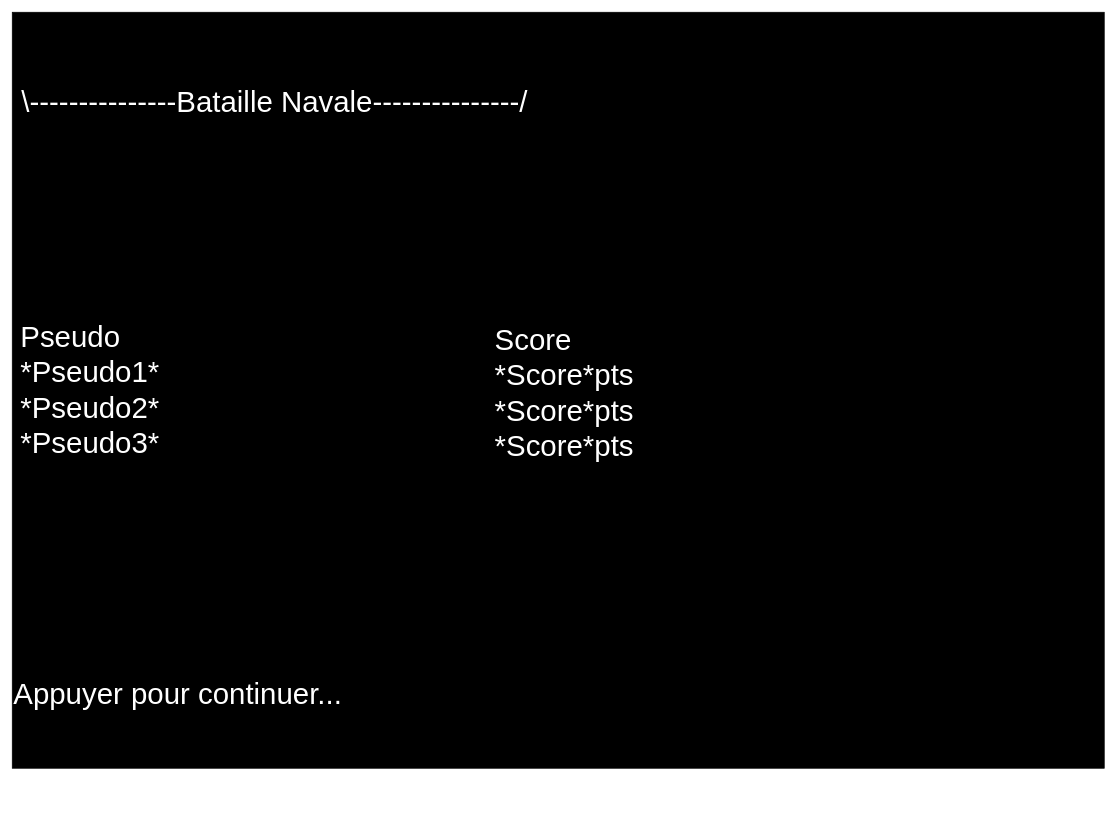
Before: page "Scores" (2 of 5) of Maquette - Bataille Navale_YF.drawio in YFanha/Bataille-Navale, a draw.io diagram. Source tidied: cells renumbered, new cells numbered last; positions are measured from the earlier drawing's top-left corner, leaving out a move shared by most shapes. Both pictures are drawn from the tidied source at 70%, with x=0, y=0 at pixel (12, 12).
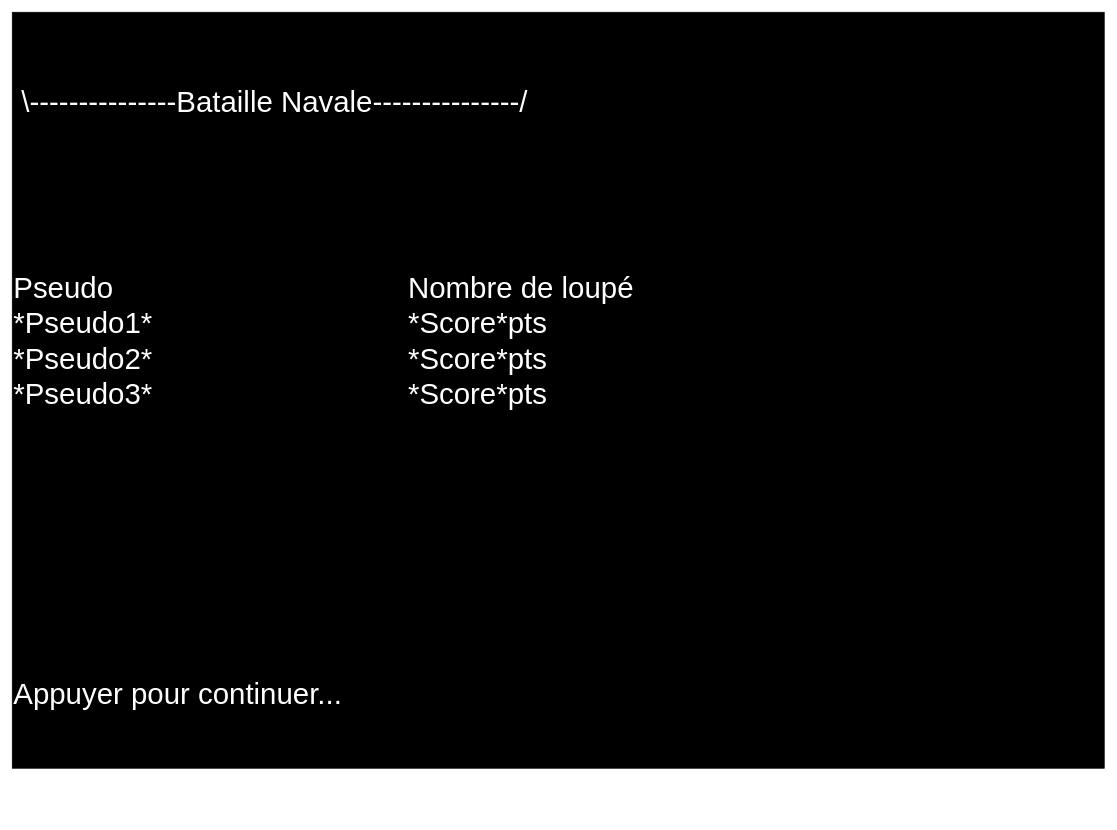
After the change.

The edit, as a diff of the source:
```diff
@@
 <mxGraphModel>
   <root>
     <mxCell id="0" />
     <mxCell id="1" parent="0" />
     <mxCell id="2" style="group;" parent="1" vertex="1">
       <mxGeometry width="1560" height="1150" as="geometry" />
     </mxCell>
     <mxCell id="3" style="rounded=0;whiteSpace=wrap;html=1;strokeColor=#000000;fillColor=#000000;" parent="2" vertex="1">
       <mxGeometry width="1560" height="1080" as="geometry" />
     </mxCell>
     <mxCell id="4" value="&lt;div style=&quot;font-size: 42px&quot;&gt;&lt;span style=&quot;color: rgb(255 , 255 , 255)&quot;&gt;&lt;font style=&quot;font-size: 42px&quot;&gt;Pseudo&lt;/font&gt;&lt;/span&gt;&lt;/div&gt;&lt;div style=&quot;font-size: 42px&quot;&gt;&lt;font style=&quot;font-size: 42px&quot;&gt;&lt;span style=&quot;color: rgb(255 , 255 , 255)&quot;&gt;*Pseudo1*&lt;/span&gt;&lt;span style=&quot;color: rgb(255 , 255 , 255)&quot;&gt;&lt;br&gt;&lt;/span&gt;&lt;/font&gt;&lt;/div&gt;&lt;div style=&quot;font-size: 42px&quot;&gt;&lt;font style=&quot;font-size: 42px&quot;&gt;&lt;span style=&quot;color: rgb(255 , 255 , 255)&quot;&gt;*Pseudo2*&lt;/span&gt;&lt;span style=&quot;color: rgb(255 , 255 , 255)&quot;&gt;&lt;br&gt;&lt;/span&gt;&lt;/font&gt;&lt;/div&gt;&lt;div style=&quot;font-size: 42px&quot;&gt;&lt;span style=&quot;color: rgb(255 , 255 , 255)&quot;&gt;&lt;font style=&quot;font-size: 42px&quot;&gt;*Pseudo3*&lt;/font&gt;&lt;/span&gt;&lt;span style=&quot;font-size: 22px ; color: rgb(255 , 255 , 255)&quot;&gt;&lt;br&gt;&lt;/span&gt;&lt;/div&gt;" style="text;html=1;strokeColor=none;fillColor=none;align=left;verticalAlign=middle;whiteSpace=wrap;rounded=0;" parent="2" vertex="1">
-      <mxGeometry x="10" y="270" width="489.8" height="540" as="geometry" />
+      <mxGeometry y="200" width="489.8" height="540" as="geometry" />
     </mxCell>
-    <mxCell id="5" value="&lt;div style=&quot;text-align: left ; font-size: 42px&quot;&gt;&lt;font style=&quot;font-size: 42px&quot;&gt;&lt;span style=&quot;color: rgb(255 , 255 , 255)&quot;&gt;Score&lt;/span&gt;&lt;br&gt;&lt;/font&gt;&lt;/div&gt;&lt;div style=&quot;text-align: left ; font-size: 42px&quot;&gt;&lt;font style=&quot;font-size: 42px&quot;&gt;&lt;span style=&quot;color: rgb(255 , 255 , 255)&quot;&gt;*Score*pts&lt;/span&gt;&lt;span style=&quot;color: rgb(255 , 255 , 255)&quot;&gt;&lt;br&gt;&lt;/span&gt;&lt;/font&gt;&lt;/div&gt;&lt;div style=&quot;text-align: left ; font-size: 42px&quot;&gt;&lt;font style=&quot;font-size: 42px&quot;&gt;&lt;span style=&quot;color: rgb(255 , 255 , 255)&quot;&gt;*Score*pts&lt;/span&gt;&lt;span style=&quot;color: rgb(255 , 255 , 255)&quot;&gt;&lt;br&gt;&lt;/span&gt;&lt;/font&gt;&lt;/div&gt;&lt;div style=&quot;text-align: left ; font-size: 42px&quot;&gt;&lt;span style=&quot;color: rgb(255 , 255 , 255)&quot;&gt;&lt;font style=&quot;font-size: 42px&quot;&gt;*Score*pts&lt;/font&gt;&lt;/span&gt;&lt;span style=&quot;font-size: 22px ; color: rgb(255 , 255 , 255)&quot;&gt;&lt;br&gt;&lt;/span&gt;&lt;/div&gt;" style="text;html=1;strokeColor=none;fillColor=none;align=right;verticalAlign=middle;whiteSpace=wrap;rounded=0;" parent="2" vertex="1">
-      <mxGeometry x="400" y="274" width="489.8" height="540" as="geometry" />
+    <mxCell id="5" value="&lt;div style=&quot;text-align: left ; font-size: 42px&quot;&gt;&lt;font style=&quot;font-size: 42px&quot; color=&quot;#ffffff&quot;&gt;Nombre de loupé&lt;/font&gt;&lt;/div&gt;&lt;div style=&quot;text-align: left ; font-size: 42px&quot;&gt;&lt;font style=&quot;font-size: 42px&quot;&gt;&lt;span style=&quot;color: rgb(255 , 255 , 255)&quot;&gt;*Score*pts&lt;/span&gt;&lt;span style=&quot;color: rgb(255 , 255 , 255)&quot;&gt;&lt;br&gt;&lt;/span&gt;&lt;/font&gt;&lt;/div&gt;&lt;div style=&quot;text-align: left ; font-size: 42px&quot;&gt;&lt;font style=&quot;font-size: 42px&quot;&gt;&lt;span style=&quot;color: rgb(255 , 255 , 255)&quot;&gt;*Score*pts&lt;/span&gt;&lt;span style=&quot;color: rgb(255 , 255 , 255)&quot;&gt;&lt;br&gt;&lt;/span&gt;&lt;/font&gt;&lt;/div&gt;&lt;div style=&quot;text-align: left ; font-size: 42px&quot;&gt;&lt;span style=&quot;color: rgb(255 , 255 , 255)&quot;&gt;&lt;font style=&quot;font-size: 42px&quot;&gt;*Score*pts&lt;/font&gt;&lt;/span&gt;&lt;span style=&quot;font-size: 22px ; color: rgb(255 , 255 , 255)&quot;&gt;&lt;br&gt;&lt;/span&gt;&lt;/div&gt;" style="text;html=1;strokeColor=none;fillColor=none;align=right;verticalAlign=middle;whiteSpace=wrap;rounded=0;" parent="2" vertex="1">
+      <mxGeometry x="400" y="200" width="489.8" height="540" as="geometry" />
     </mxCell>
     <mxCell id="6" value="&lt;div style=&quot;font-size: 42px&quot;&gt;&lt;font color=&quot;#ffffff&quot;&gt;Appuyer pour continuer...&lt;/font&gt;&lt;/div&gt;" style="text;html=1;strokeColor=none;fillColor=none;align=left;verticalAlign=middle;whiteSpace=wrap;rounded=0;" parent="2" vertex="1">
       <mxGeometry y="940" width="489.8" height="70" as="geometry" />
     </mxCell>
     <mxCell id="7" value="&lt;font style=&quot;font-size: 42px&quot; color=&quot;#ffffff&quot;&gt;\---------------Bataille Navale---------------/&lt;/font&gt;" style="text;html=1;strokeColor=none;fillColor=none;align=center;verticalAlign=middle;whiteSpace=wrap;rounded=0;" parent="2" vertex="1">
       <mxGeometry y="80" width="750" height="97.5" as="geometry" />
     </mxCell>
   </root>
 </mxGraphModel>
```
